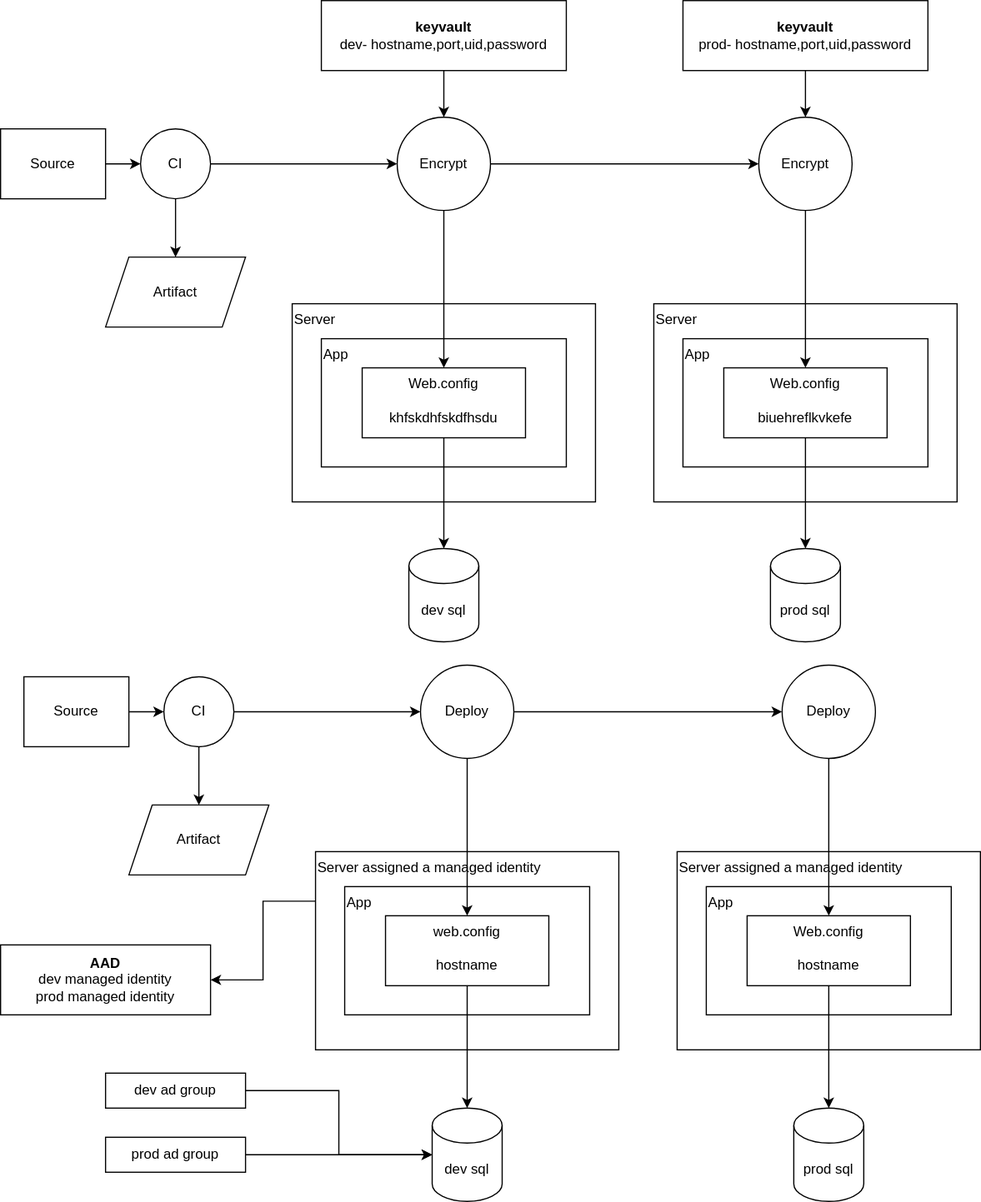
Above: connectionstring.svg in vjavle/invoicecloud (draw.io), before the change. Source tidied: cells renumbered, new cells last; positions are measured from the earlier drawing's top-left corner, leaving out a move shared by most shapes.
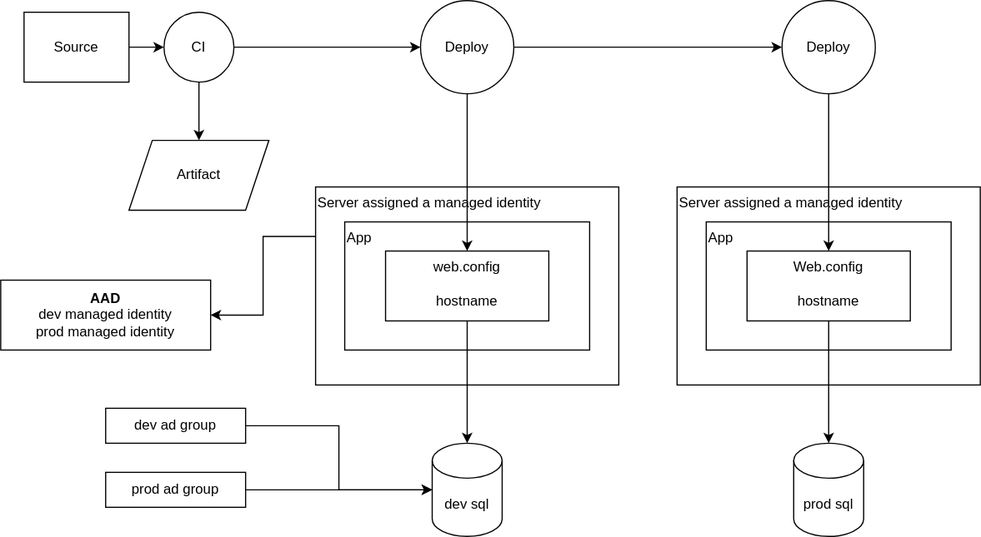
After the commit.

Change to the diagram source:
```diff
@@ -2,69 +2,6 @@
   <root>
     <mxCell id="0" />
     <mxCell id="1" parent="0" />
-    <mxCell id="2" value="Server" style="rounded=0;whiteSpace=wrap;html=1;verticalAlign=top;align=left;" parent="1" vertex="1">
-      <mxGeometry x="250" y="260" width="260" height="170" as="geometry" />
-    </mxCell>
-    <mxCell id="3" value="App" style="rounded=0;whiteSpace=wrap;html=1;verticalAlign=top;align=left;" parent="1" vertex="1">
-      <mxGeometry x="275" y="290" width="210" height="110" as="geometry" />
-    </mxCell>
-    <mxCell id="4" style="edgeStyle=orthogonalEdgeStyle;rounded=0;jettySize=auto;html=1;" parent="1" edge="1" source="5" target="14">
-      <mxGeometry relative="1" as="geometry" />
-    </mxCell>
-    <mxCell id="5" value="&lt;b&gt;keyvault&lt;/b&gt;&lt;br&gt;dev- hostname,port,uid,password" style="rounded=0;whiteSpace=wrap;html=1;" parent="1" vertex="1">
-      <mxGeometry x="275" width="210" height="60" as="geometry" />
-    </mxCell>
-    <mxCell id="6" style="edgeStyle=orthogonalEdgeStyle;rounded=0;jettySize=auto;html=1;" parent="1" edge="1" source="7" target="11">
-      <mxGeometry relative="1" as="geometry" />
-    </mxCell>
-    <mxCell id="7" value="Source" style="rounded=0;whiteSpace=wrap;html=1;" parent="1" vertex="1">
-      <mxGeometry y="110" width="90" height="60" as="geometry" />
-    </mxCell>
-    <mxCell id="8" value="Artifact" style="shape=parallelogram;perimeter=parallelogramPerimeter;whiteSpace=wrap;html=1;fixedSize=1;" parent="1" vertex="1">
-      <mxGeometry x="90" y="220" width="120" height="60" as="geometry" />
-    </mxCell>
-    <mxCell id="9" style="edgeStyle=orthogonalEdgeStyle;rounded=0;jettySize=auto;html=1;" parent="1" edge="1" source="11" target="8">
-      <mxGeometry relative="1" as="geometry" />
-    </mxCell>
-    <mxCell id="10" style="edgeStyle=orthogonalEdgeStyle;rounded=0;jettySize=auto;html=1;" parent="1" edge="1" source="11" target="14">
-      <mxGeometry relative="1" as="geometry" />
-    </mxCell>
-    <mxCell id="11" value="CI" style="ellipse;whiteSpace=wrap;html=1;" parent="1" vertex="1">
-      <mxGeometry x="120" y="110" width="60" height="60" as="geometry" />
-    </mxCell>
-    <mxCell id="12" style="edgeStyle=orthogonalEdgeStyle;rounded=0;jettySize=auto;html=1;" parent="1" edge="1" source="14" target="15">
-      <mxGeometry relative="1" as="geometry" />
-    </mxCell>
-    <mxCell id="13" style="edgeStyle=orthogonalEdgeStyle;rounded=0;jettySize=auto;html=1;" parent="1" edge="1" source="14" target="21">
-      <mxGeometry relative="1" as="geometry" />
-    </mxCell>
-    <mxCell id="14" value="Encrypt" style="ellipse;whiteSpace=wrap;html=1;" parent="1" vertex="1">
-      <mxGeometry x="340" y="100" width="80" height="80" as="geometry" />
-    </mxCell>
-    <mxCell id="15" value="Web.config&lt;br&gt;&lt;br&gt;khfskdhfskdfhsdu" style="rounded=0;whiteSpace=wrap;html=1;verticalAlign=top;" parent="1" vertex="1">
-      <mxGeometry x="310" y="315" width="140" height="60" as="geometry" />
-    </mxCell>
-    <mxCell id="16" value="Server" style="rounded=0;whiteSpace=wrap;html=1;verticalAlign=top;align=left;" parent="1" vertex="1">
-      <mxGeometry x="560" y="260" width="260" height="170" as="geometry" />
-    </mxCell>
-    <mxCell id="17" value="App" style="rounded=0;whiteSpace=wrap;html=1;verticalAlign=top;align=left;" parent="1" vertex="1">
-      <mxGeometry x="585" y="290" width="210" height="110" as="geometry" />
-    </mxCell>
-    <mxCell id="18" style="edgeStyle=orthogonalEdgeStyle;rounded=0;jettySize=auto;html=1;" parent="1" edge="1" source="19" target="21">
-      <mxGeometry relative="1" as="geometry" />
-    </mxCell>
-    <mxCell id="19" value="&lt;b&gt;keyvault&lt;/b&gt;&lt;br&gt;prod- hostname,port,uid,password" style="rounded=0;whiteSpace=wrap;html=1;" parent="1" vertex="1">
-      <mxGeometry x="585" width="210" height="60" as="geometry" />
-    </mxCell>
-    <mxCell id="20" style="edgeStyle=orthogonalEdgeStyle;rounded=0;jettySize=auto;html=1;" parent="1" edge="1" source="21" target="22">
-      <mxGeometry relative="1" as="geometry" />
-    </mxCell>
-    <mxCell id="21" value="Encrypt" style="ellipse;whiteSpace=wrap;html=1;" parent="1" vertex="1">
-      <mxGeometry x="650" y="100" width="80" height="80" as="geometry" />
-    </mxCell>
-    <mxCell id="22" value="Web.config&lt;br&gt;&lt;br&gt;biuehreflkvkefe" style="rounded=0;whiteSpace=wrap;html=1;verticalAlign=top;" parent="1" vertex="1">
-      <mxGeometry x="620" y="315" width="140" height="60" as="geometry" />
-    </mxCell>
     <mxCell id="23" value="Server assigned a managed identity" style="rounded=0;whiteSpace=wrap;html=1;verticalAlign=top;align=left;" parent="1" vertex="1">
       <mxGeometry x="270" y="730" width="260" height="170" as="geometry" />
     </mxCell>
@@ -116,18 +53,6 @@
     <mxCell id="39" value="Web.config&lt;br&gt;&lt;br&gt;hostname" style="rounded=0;whiteSpace=wrap;html=1;verticalAlign=top;" parent="1" vertex="1">
       <mxGeometry x="640" y="785" width="140" height="60" as="geometry" />
     </mxCell>
-    <mxCell id="40" style="edgeStyle=orthogonalEdgeStyle;rounded=0;jettySize=auto;html=1;startArrow=classic;startFill=1;endArrow=none;endFill=0;" parent="1" edge="1" source="41" target="15">
-      <mxGeometry relative="1" as="geometry" />
-    </mxCell>
-    <mxCell id="41" value="dev sql" style="shape=cylinder3;whiteSpace=wrap;html=1;boundedLbl=1;backgroundOutline=1;size=15;" parent="1" vertex="1">
-      <mxGeometry x="350" y="470" width="60" height="80" as="geometry" />
-    </mxCell>
-    <mxCell id="42" style="edgeStyle=orthogonalEdgeStyle;rounded=0;jettySize=auto;html=1;startArrow=classic;startFill=1;endArrow=none;endFill=0;" parent="1" edge="1" source="43" target="22">
-      <mxGeometry relative="1" as="geometry" />
-    </mxCell>
-    <mxCell id="43" value="prod sql" style="shape=cylinder3;whiteSpace=wrap;html=1;boundedLbl=1;backgroundOutline=1;size=15;" parent="1" vertex="1">
-      <mxGeometry x="660" y="470" width="60" height="80" as="geometry" />
-    </mxCell>
     <mxCell id="44" style="edgeStyle=orthogonalEdgeStyle;rounded=0;jettySize=auto;html=1;startArrow=classic;startFill=1;endArrow=none;endFill=0;" parent="1" edge="1" source="45" target="34">
       <mxGeometry relative="1" as="geometry" />
     </mxCell>
```
